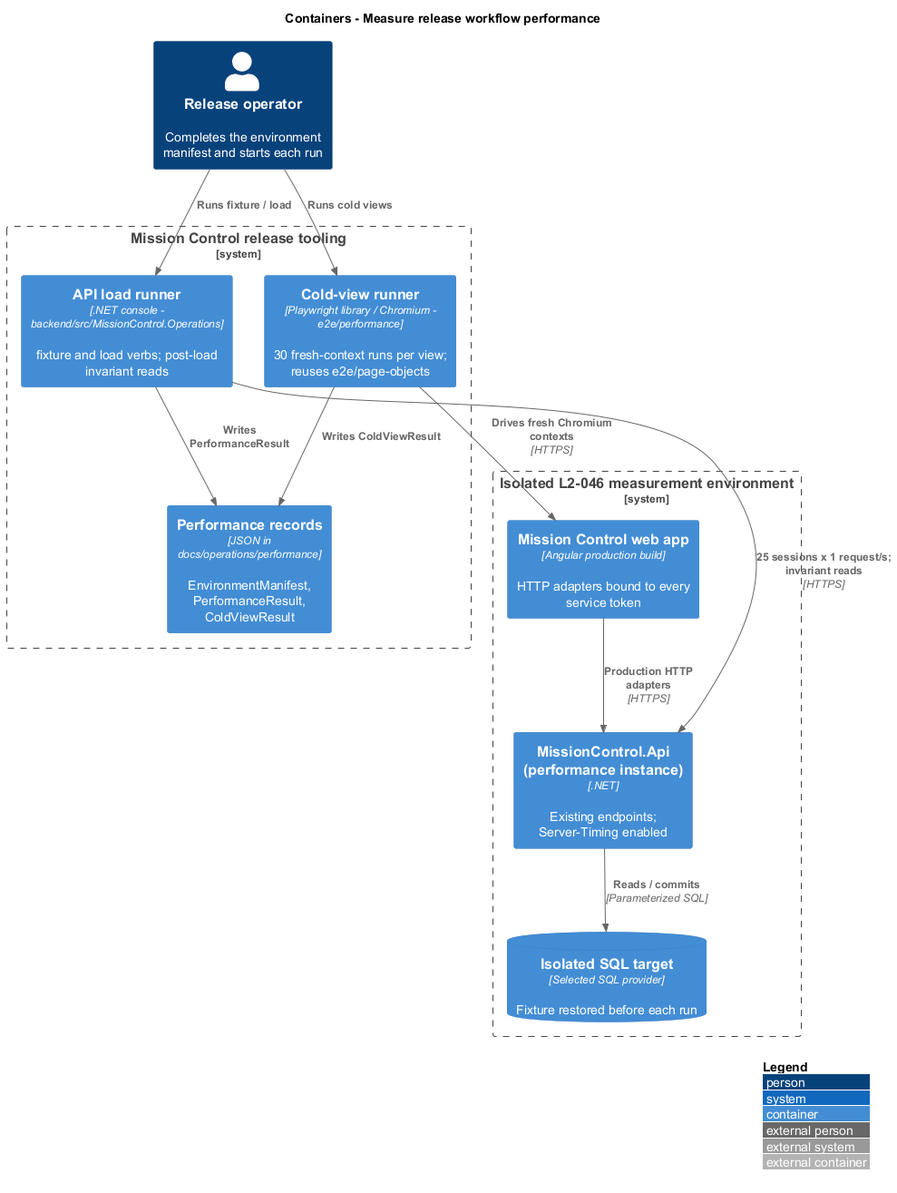
The PlantUML diagram docs/detailed-designs/operations/measure-release-performance/diagrams/c4-container.png in QuinntyneBrown/mission-control, before a commit.
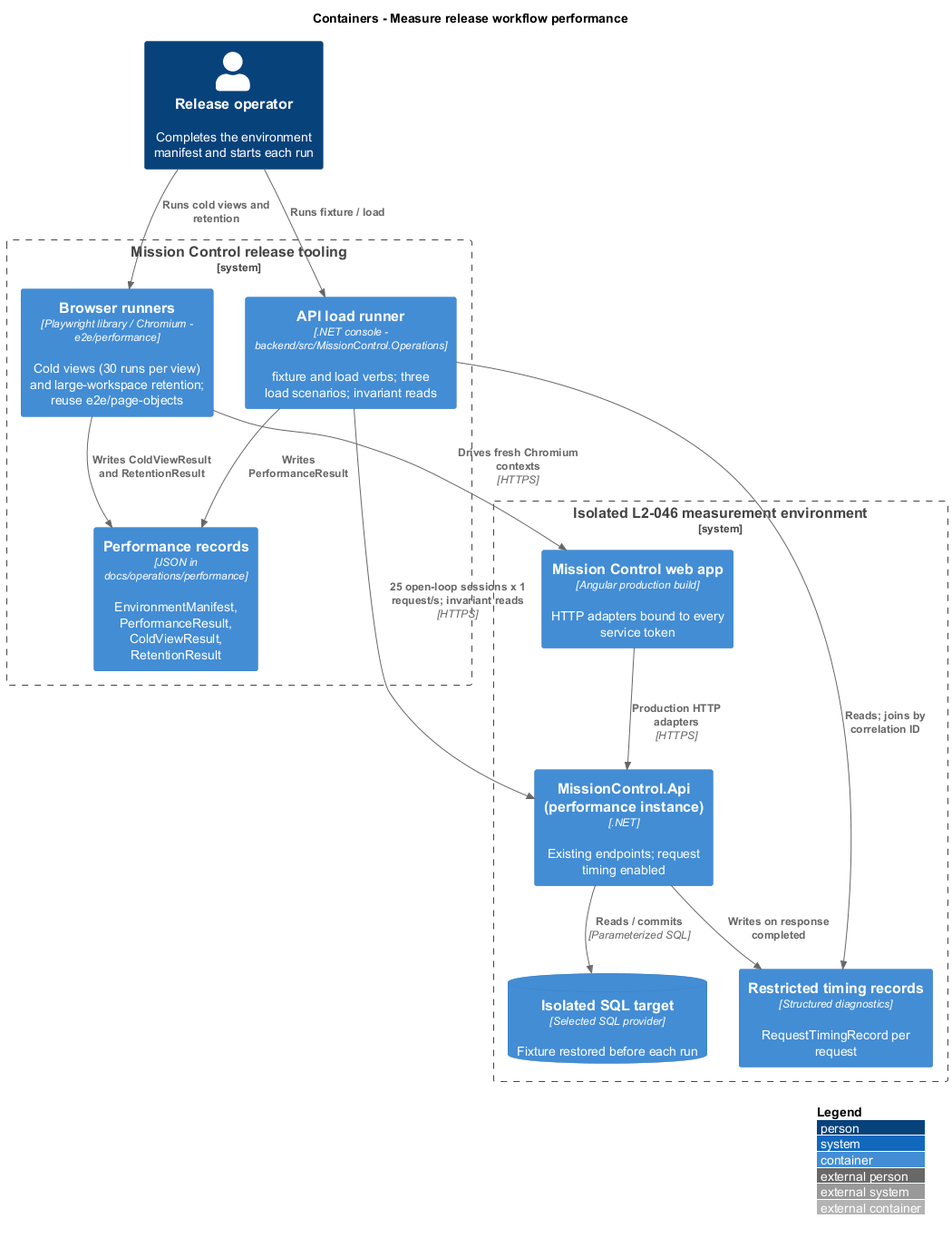
The same file after the commit.

The edit, as a diff of the source:
```diff
@@ -4,21 +4,24 @@
 title Containers - Measure release workflow performance
 Person(actor, "Release operator", "Completes the environment manifest and starts each run")
 System_Boundary(tooling, "Mission Control release tooling") {
-  Container(loadRunner, "API load runner", ".NET console - backend/src/MissionControl.Operations", "fixture and load verbs; post-load invariant reads")
-  Container(coldRunner, "Cold-view runner", "Playwright library / Chromium - e2e/performance", "30 fresh-context runs per view; reuses e2e/page-objects")
-  Container(records, "Performance records", "JSON in docs/operations/performance", "EnvironmentManifest, PerformanceResult, ColdViewResult")
+  Container(loadRunner, "API load runner", ".NET console - backend/src/MissionControl.Operations", "fixture and load verbs; three load scenarios; invariant reads")
+  Container(browserRunners, "Browser runners", "Playwright library / Chromium - e2e/performance", "Cold views (30 runs per view) and large-workspace retention; reuse e2e/page-objects")
+  Container(records, "Performance records", "JSON in docs/operations/performance", "EnvironmentManifest, PerformanceResult, ColdViewResult, RetentionResult")
 }
 System_Boundary(env, "Isolated L2-046 measurement environment") {
   Container(web, "Mission Control web app", "Angular production build", "HTTP adapters bound to every service token")
-  Container(api, "MissionControl.Api (performance instance)", ".NET", "Existing endpoints; Server-Timing enabled")
+  Container(api, "MissionControl.Api (performance instance)", ".NET", "Existing endpoints; request timing enabled")
+  Container(diagnostics, "Restricted timing records", "Structured diagnostics", "RequestTimingRecord per request")
   ContainerDb(db, "Isolated SQL target", "Selected SQL provider", "Fixture restored before each run")
 }
 Rel(actor, loadRunner, "Runs fixture / load")
-Rel(actor, coldRunner, "Runs cold views")
-Rel(loadRunner, api, "25 sessions x 1 request/s; invariant reads", "HTTPS")
-Rel(coldRunner, web, "Drives fresh Chromium contexts", "HTTPS")
+Rel(actor, browserRunners, "Runs cold views and retention")
+Rel(loadRunner, api, "25 open-loop sessions x 1 request/s; invariant reads", "HTTPS")
+Rel(api, diagnostics, "Writes on response completed")
+Rel(loadRunner, diagnostics, "Reads; joins by correlation ID")
+Rel(browserRunners, web, "Drives fresh Chromium contexts", "HTTPS")
 Rel(web, api, "Production HTTP adapters", "HTTPS")
 Rel(api, db, "Reads / commits", "Parameterized SQL")
 Rel(loadRunner, records, "Writes PerformanceResult")
-Rel(coldRunner, records, "Writes ColdViewResult")
+Rel(browserRunners, records, "Writes ColdViewResult and RetentionResult")
 @enduml
```
